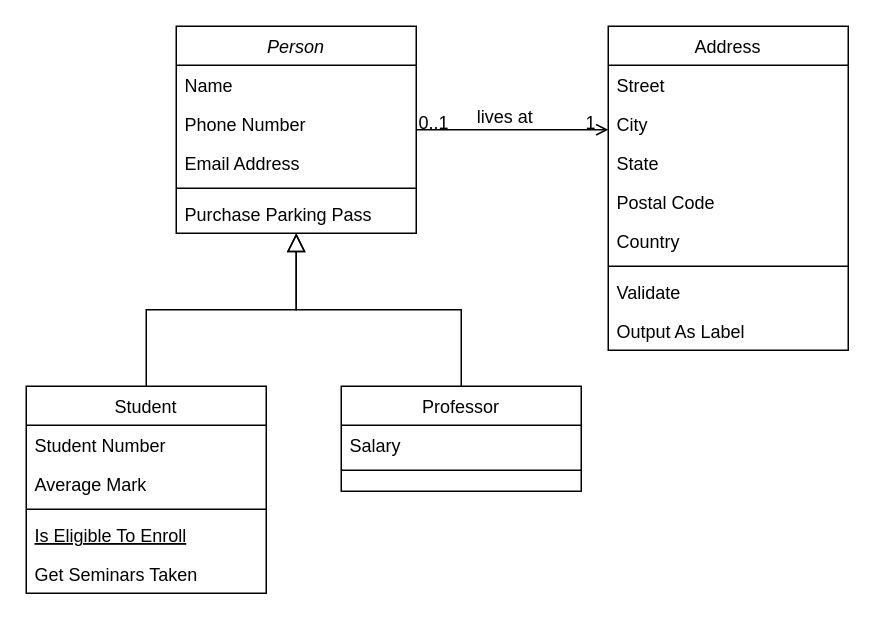
Earlier version of the draw.io diagram 未命名绘图.drawio (crownbox/GXYbox). Source tidied: cells renumbered, new cells numbered last; positions are measured from the earlier drawing's top-left corner, leaving out a move shared by most shapes. Both pictures are drawn from the tidied source at 150%, with x=0, y=0 at pixel (26, 26).
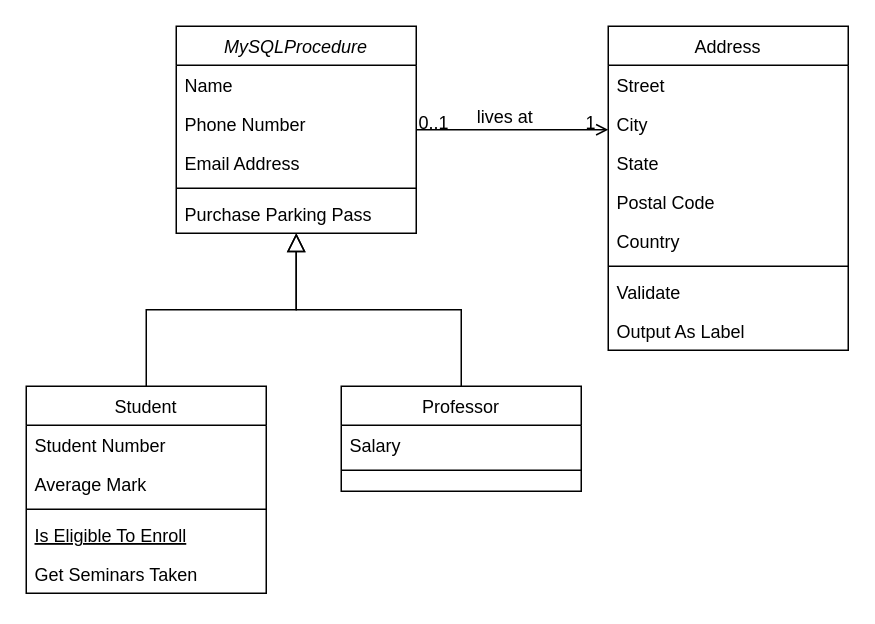
Above is the later version.

Commit message:
更新未命名绘图.drawio

What changed in the source:
```diff
@@
-    <mxCell id="2" value="Person" style="swimlane;fontStyle=2;align=center;verticalAlign=top;horizontal=1;startSize=26;rounded=0;shadow=0;strokeWidth=1;" parent="1" vertex="1">
+    <mxCell id="2" value="MySQLProcedure" style="swimlane;fontStyle=2;align=center;verticalAlign=top;horizontal=1;startSize=26;rounded=0;shadow=0;strokeWidth=1;" parent="1" vertex="1">
       <mxGeometry x="100" width="160" height="138" as="geometry" />
     </mxCell>
```
